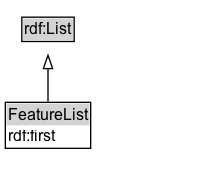
This is docs/diagrams/FeatureList.dot.png from ISO-TC204/ontology-its-location-v1, a Graphviz export, as it was before one commit. Its source is kept beside it as docs/diagrams/FeatureList.dot. The source it was exported from:
```dot
digraph {
	graph [overlap=false rankdir=TB splines=true]
	node [fontname=Arial fontsize=12 margin=0 shape=none]
	edge [fontname=Arial fontsize=11]
	{
		rank=source
		rdf_List [label=<<TABLE BORDER="1" CELLBORDER="0" CELLSPACING="0" CELLPADDING="1"><TR><TD BGCOLOR="lightgray" ALIGN="CENTER">rdf:List</TD></TR></TABLE>> URL="https://w3id.org/citydata/imported/rdf/latest/List" margin=0]
	}
	FeatureList [label=<<TABLE BORDER="1" CELLBORDER="0" CELLSPACING="0" CELLPADDING="1"><TR><TD BGCOLOR="lightgray" ALIGN="CENTER">FeatureList</TD></TR><TR><TD ALIGN="LEFT">rdf:first</TD></TR></TABLE>> URL="../FeatureList" margin=0]
	{
		rank=max
	}
	subgraph cluster_associated {
		label="" style=invis
		Invis [label=<<TABLE BORDER="0" CELLBORDER="0" CELLSPACING="0" CELLPADDING="1"><TR><TD></TD></TR></TABLE>> margin=0 style=invis]
	}
	FeatureList -> rdf_List [arrowhead=onormal style=solid]
}
```
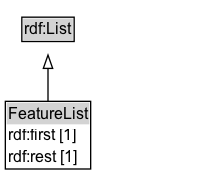
After the change.

What changed in the source:
```diff
@@ -6,7 +6,7 @@
 		rank=source
 		rdf_List [label=<<TABLE BORDER="1" CELLBORDER="0" CELLSPACING="0" CELLPADDING="1"><TR><TD BGCOLOR="lightgray" ALIGN="CENTER">rdf:List</TD></TR></TABLE>> URL="https://w3id.org/citydata/imported/rdf/latest/List" margin=0]
 	}
-	FeatureList [label=<<TABLE BORDER="1" CELLBORDER="0" CELLSPACING="0" CELLPADDING="1"><TR><TD BGCOLOR="lightgray" ALIGN="CENTER">FeatureList</TD></TR><TR><TD ALIGN="LEFT">rdf:first</TD></TR></TABLE>> URL="../FeatureList" margin=0]
+	FeatureList [label=<<TABLE BORDER="1" CELLBORDER="0" CELLSPACING="0" CELLPADDING="1"><TR><TD BGCOLOR="lightgray" ALIGN="CENTER">FeatureList</TD></TR><TR><TD ALIGN="LEFT">rdf:first [1]</TD></TR><TR><TD ALIGN="LEFT">rdf:rest [1]</TD></TR></TABLE>> URL="../FeatureList" margin=0]
 	{
 		rank=max
 	}
```
